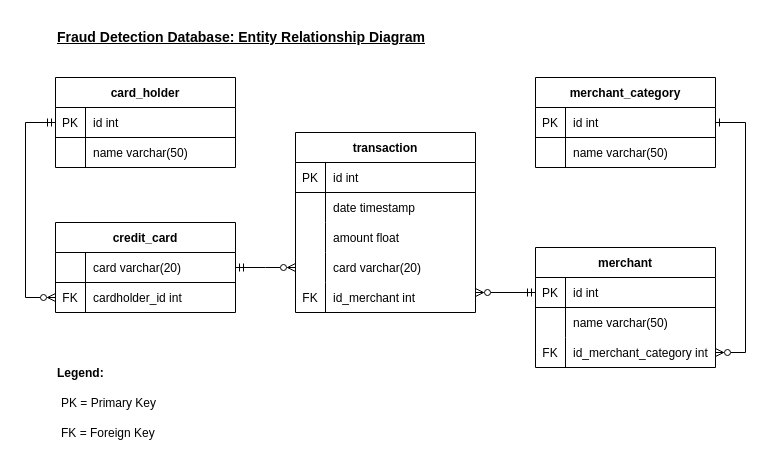
Earlier version of the draw.io diagram Diagram/ERD_diagram.drawio (twigikit/sql-homework). Source tidied: cells renumbered, new cells numbered last; positions are measured from the earlier drawing's top-left corner, leaving out a move shared by most shapes. Both pictures are drawn from the tidied source at 100%, with x=0, y=0 at pixel (25, 17).
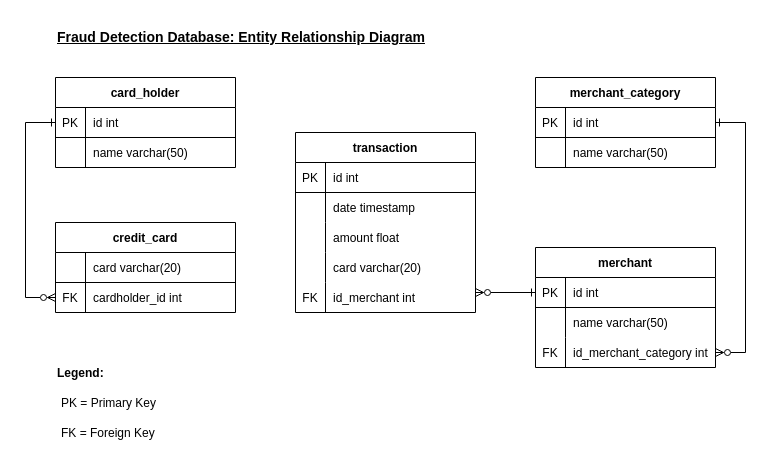
Above is the later version.

The change refers to these unchanged cells:
```xml
<mxCell id="12" style="shape=tableRow;horizontal=0;startSize=0;swimlaneHead=0;swimlaneBody=0;fillColor=none;points=[[0,0.5],[1,0.5]];portConstraint=eastwest;top=0;left=0;right=0;bottom=0;" parent="2" vertex="1">
  <mxGeometry y="120" width="180" height="30" as="geometry" />
</mxCell>
<mxCell id="19" style="shape=tableRow;horizontal=0;startSize=0;swimlaneHead=0;swimlaneBody=0;fillColor=none;points=[[0,0.5],[1,0.5]];portConstraint=eastwest;top=0;left=0;right=0;bottom=1;" parent="18" vertex="1">
  <mxGeometry y="30" width="180" height="30" as="geometry" />
</mxCell>
<mxCell id="22" style="shape=tableRow;horizontal=0;startSize=0;swimlaneHead=0;swimlaneBody=0;fillColor=none;points=[[0,0.5],[1,0.5]];portConstraint=eastwest;top=0;left=0;right=0;bottom=0;" parent="18" vertex="1">
  <mxGeometry y="60" width="180" height="30" as="geometry" />
</mxCell>
<mxCell id="26" style="shape=tableRow;horizontal=0;startSize=0;swimlaneHead=0;swimlaneBody=0;fillColor=none;points=[[0,0.5],[1,0.5]];portConstraint=eastwest;top=0;left=0;right=0;bottom=1;" parent="25" vertex="1">
  <mxGeometry y="30" width="180" height="30" as="geometry" />
</mxCell>
<mxCell id="33" style="shape=tableRow;horizontal=0;startSize=0;swimlaneHead=0;swimlaneBody=0;fillColor=none;points=[[0,0.5],[1,0.5]];portConstraint=eastwest;top=0;left=0;right=0;bottom=1;" parent="32" vertex="1">
  <mxGeometry y="30" width="180" height="30" as="geometry" />
</mxCell>
```

The edit, as a diff of the source:
```diff
@@
-    <mxCell id="49" style="edgeStyle=orthogonalEdgeStyle;fontSize=12;html=1;endArrow=ERzeroToMany;startArrow=ERmandOne;rounded=0;entryX=0;entryY=0.5;entryDx=0;entryDy=0;exitX=0;exitY=0.5;exitDx=0;exitDy=0;startFill=0;endFill=0;" parent="1" edge="1" source="26" target="22">
+    <mxCell id="49" style="edgeStyle=orthogonalEdgeStyle;fontSize=12;html=1;endArrow=ERzeroToMany;startArrow=ERone;rounded=0;entryX=0;entryY=0.5;entryDx=0;entryDy=0;exitX=0;exitY=0.5;exitDx=0;exitDy=0;startFill=0;endFill=0;" parent="1" edge="1" source="26" target="22">
       <mxGeometry relative="1" as="geometry">
         <Array as="points">
           <mxPoint y="105" />
           <mxPoint y="280" />
         </Array>
       </mxGeometry>
     </mxCell>
@@
-    <mxCell id="51" style="edgeStyle=entityRelationEdgeStyle;fontSize=12;html=1;endArrow=ERzeroToMany;endFill=0;startArrow=ERmandOne;rounded=0;entryX=0;entryY=0.5;entryDx=0;entryDy=0;exitX=1;exitY=0.5;exitDx=0;exitDy=0;startFill=0;" parent="1" edge="1" source="19" target="12">
-      <mxGeometry relative="1" as="geometry" />
-    </mxCell>
-    <mxCell id="52" style="fontSize=12;html=1;endArrow=ERmandOne;endFill=0;startArrow=ERzeroToMany;rounded=0;startFill=0;entryX=0;entryY=0.5;entryDx=0;entryDy=0;" parent="1" edge="1" target="33">
+    <mxCell id="52" style="fontSize=12;html=1;endArrow=ERone;endFill=0;startArrow=ERzeroToMany;rounded=0;startFill=0;entryX=0;entryY=0.5;entryDx=0;entryDy=0;" parent="1" edge="1" target="33">
       <mxGeometry relative="1" as="geometry">
         <mxPoint x="450" y="275" as="sourcePoint" />
       </mxGeometry>
     </mxCell>
```
